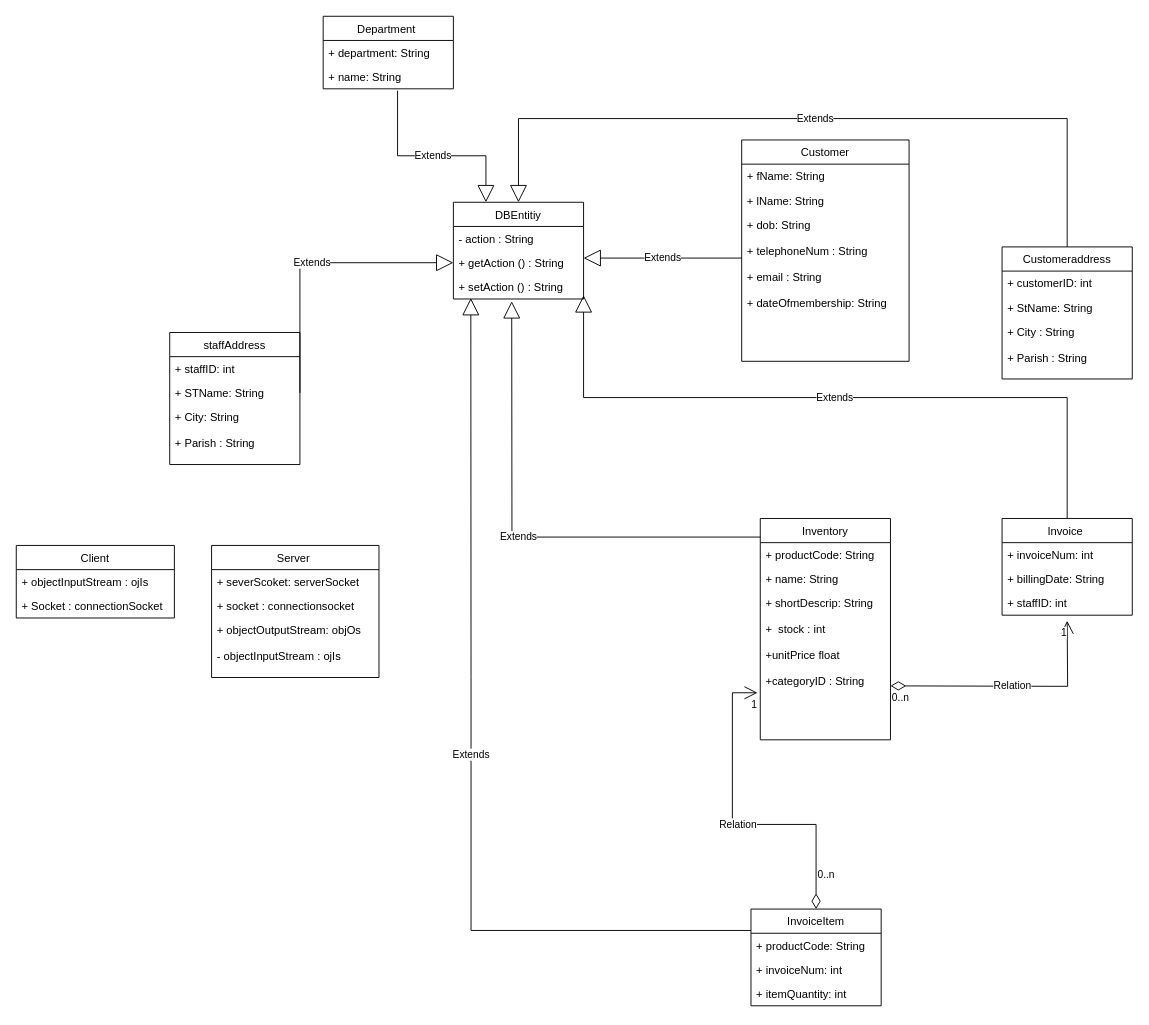
Before: page "UML DIAGRAM" (2 of 2) of Documentation/Database Diagrams/Group Project Diagrams.drawio in SCIT-Group-Project-2021/AP-Group-Project-2022, a draw.io diagram. Source tidied: cells renumbered, new cells numbered last; positions are measured from the earlier drawing's top-left corner, leaving out a move shared by most shapes. Both pictures are drawn from the tidied source at 93%, with x=0, y=0 at pixel (16, 16).
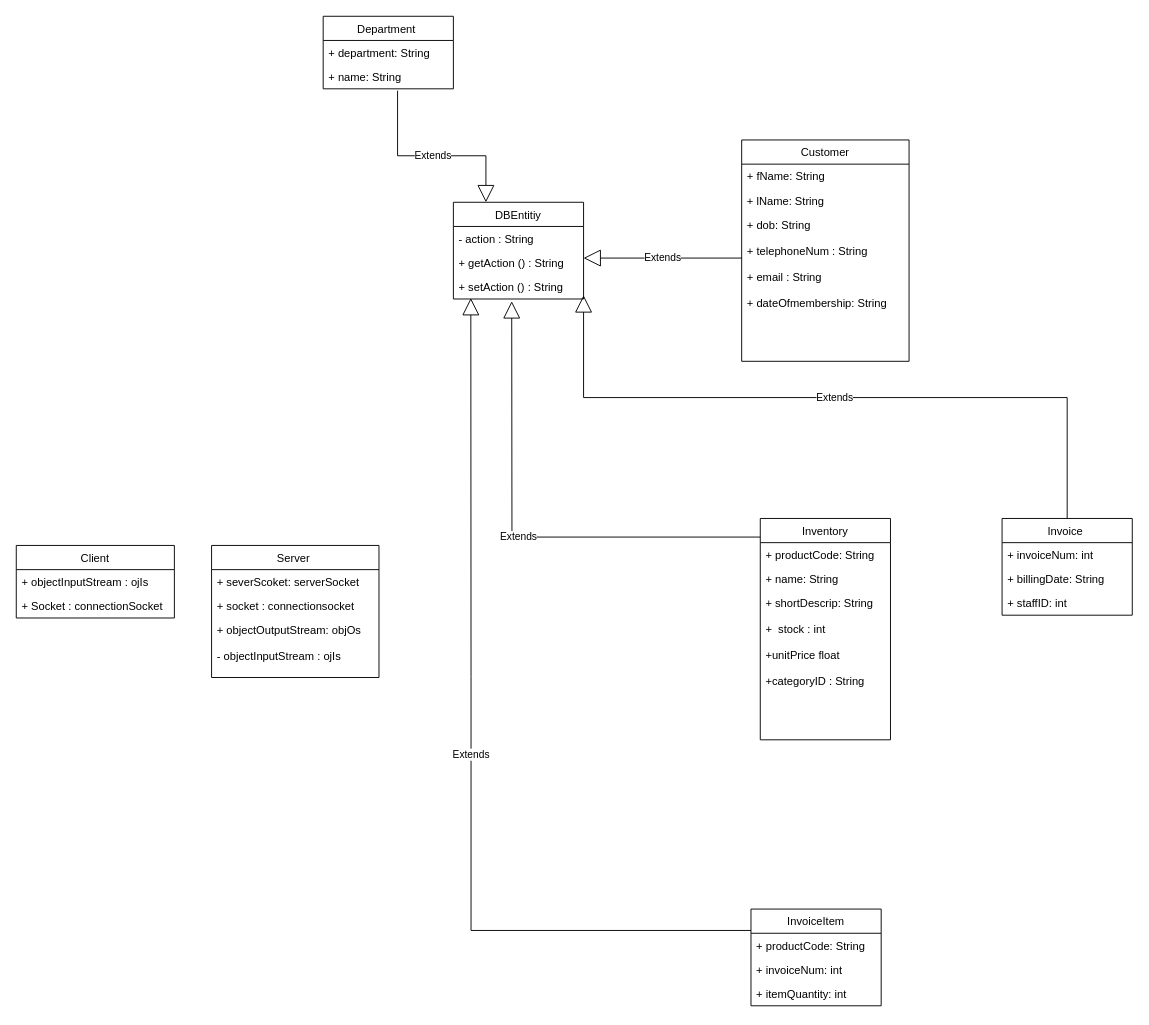
After the change.

Unchanged cells that the change refers to:
```xml
<mxCell id="13" value="InvoiceItem" style="swimlane;fontStyle=0;horizontal=1;startSize=26;fillColor=none;" parent="1" vertex="1">
  <mxGeometry x="790" y="960" width="140" height="104" as="geometry" />
</mxCell>
<mxCell id="20" value="+ shortDescrip: String&#10;&#10;+  stock : int&#10;&#10;+unitPrice float&#10;&#10;+categoryID : String  " style="text;strokeColor=none;fillColor=none;align=left;verticalAlign=top;spacingLeft=4;spacingRight=4;overflow=hidden;points=[[0,0.5],[1,0.5]];portConstraint=eastwest;" parent="17" vertex="1">
  <mxGeometry y="78" width="140" height="160" as="geometry" />
</mxCell>
<mxCell id="29" value="DBEntitiy" style="swimlane;fontStyle=0;horizontal=1;startSize=26;fillColor=none;" parent="1" vertex="1">
  <mxGeometry x="470" y="200" width="140" height="104" as="geometry" />
</mxCell>
<mxCell id="31" value="+ getAction () : String " style="text;strokeColor=none;fillColor=none;align=left;verticalAlign=top;spacingLeft=4;spacingRight=4;overflow=hidden;points=[[0,0.5],[1,0.5]];portConstraint=eastwest;" parent="29" vertex="1">
  <mxGeometry y="52" width="140" height="26" as="geometry" />
</mxCell>
```

What changed in the source:
```diff
@@
-    <mxCell id="6" value="Customeraddress" style="swimlane;fontStyle=0;horizontal=1;startSize=26;fillColor=none;" parent="1" vertex="1">
-      <mxGeometry x="1060" y="248" width="140" height="142" as="geometry" />
-    </mxCell>
-    <mxCell id="7" value="+ customerID: int" style="text;strokeColor=none;fillColor=none;align=left;verticalAlign=top;spacingLeft=4;spacingRight=4;overflow=hidden;" parent="6" vertex="1">
-      <mxGeometry y="26" width="140" height="26" as="geometry" />
-    </mxCell>
-    <mxCell id="8" value="+ StName: String" style="text;strokeColor=none;fillColor=none;align=left;verticalAlign=top;spacingLeft=4;spacingRight=4;overflow=hidden;" parent="6" vertex="1">
-      <mxGeometry y="52" width="140" height="26" as="geometry" />
-    </mxCell>
-    <mxCell id="9" value="+ City : String&#10;&#10;+ Parish : String " style="text;strokeColor=none;fillColor=none;align=left;verticalAlign=top;spacingLeft=4;spacingRight=4;overflow=hidden;" parent="6" vertex="1">
-      <mxGeometry y="78" width="140" height="64" as="geometry" />
-    </mxCell>
@@
-    <mxCell id="25" value="staffAddress" style="swimlane;fontStyle=0;horizontal=1;startSize=26;fillColor=none;" parent="1" vertex="1">
-      <mxGeometry x="165" y="340" width="140" height="142" as="geometry" />
-    </mxCell>
-    <mxCell id="26" value="+ staffID: int" style="text;strokeColor=none;fillColor=none;align=left;verticalAlign=top;spacingLeft=4;spacingRight=4;overflow=hidden;" parent="25" vertex="1">
-      <mxGeometry y="26" width="140" height="26" as="geometry" />
-    </mxCell>
-    <mxCell id="27" value="+ STName: String " style="text;strokeColor=none;fillColor=none;align=left;verticalAlign=top;spacingLeft=4;spacingRight=4;overflow=hidden;points=[[0,0.5],[1,0.5]];portConstraint=eastwest;" parent="25" vertex="1">
-      <mxGeometry y="52" width="140" height="26" as="geometry" />
-    </mxCell>
-    <mxCell id="28" value="+ City: String&#10;&#10;+ Parish : String  " style="text;strokeColor=none;fillColor=none;align=left;verticalAlign=top;spacingLeft=4;spacingRight=4;overflow=hidden;" parent="25" vertex="1">
-      <mxGeometry y="78" width="140" height="64" as="geometry" />
-    </mxCell>
@@
-    <mxCell id="41" value="Extends" style="endArrow=none;endSize=6;endFill=0;html=1;rounded=0;exitX=0.5;exitY=0;exitDx=0;exitDy=0;entryX=0.5;entryY=0;entryDx=0;entryDy=0;startArrow=block;startFill=0;targetPerimeterSpacing=0;sourcePerimeterSpacing=0;startSize=16;" parent="1" edge="1" source="29" target="6">
-      <mxGeometry relative="1" as="geometry">
-        <Array as="points">
-          <mxPoint x="540" y="110" />
-          <mxPoint x="1130" y="110" />
-        </Array>
-      </mxGeometry>
-    </mxCell>
@@
-    <mxCell id="43" value="Relation" style="endArrow=open;html=1;endSize=12;startArrow=diamondThin;startSize=14;startFill=0;edgeStyle=orthogonalEdgeStyle;rounded=0;" parent="1" edge="1">
-      <mxGeometry relative="1" as="geometry">
-        <mxPoint x="940" y="720" as="sourcePoint" />
-        <mxPoint x="1130" y="650" as="targetPoint" />
-      </mxGeometry>
-    </mxCell>
-    <mxCell id="44" value="0..n" style="edgeLabel;html=1;align=left;verticalAlign=top;" parent="43" vertex="1">
-      <mxGeometry x="-1" relative="1" as="geometry" />
-    </mxCell>
-    <mxCell id="45" value="1" style="edgeLabel;html=1;align=right;verticalAlign=top;" parent="43" vertex="1">
-      <mxGeometry x="1" relative="1" as="geometry" />
-    </mxCell>
-    <mxCell id="46" value="Relation" style="endArrow=open;html=1;endSize=12;startArrow=diamondThin;startSize=14;startFill=0;edgeStyle=orthogonalEdgeStyle;rounded=0;exitX=0.5;exitY=0;exitDx=0;exitDy=0;entryX=-0.021;entryY=0.684;entryDx=0;entryDy=0;entryPerimeter=0;" parent="1" edge="1" source="13" target="20">
-      <mxGeometry relative="1" as="geometry">
-        <Array as="points">
-          <mxPoint x="860" y="869" />
-          <mxPoint x="770" y="869" />
-          <mxPoint x="770" y="727" />
-        </Array>
-      </mxGeometry>
-    </mxCell>
-    <mxCell id="47" value="0..n" style="edgeLabel;html=1;align=left;verticalAlign=top;" parent="46" vertex="1">
-      <mxGeometry x="-1" relative="1" as="geometry">
-        <mxPoint y="-50" as="offset" />
-      </mxGeometry>
-    </mxCell>
-    <mxCell id="48" value="1" style="edgeLabel;html=1;align=right;verticalAlign=top;" parent="46" vertex="1">
-      <mxGeometry x="1" relative="1" as="geometry" />
-    </mxCell>
@@
-    <mxCell id="51" value="Extends" style="endArrow=block;endSize=16;endFill=0;html=1;rounded=0;exitX=1;exitY=0.5;exitDx=0;exitDy=0;entryX=0;entryY=0.5;entryDx=0;entryDy=0;" parent="1" edge="1" source="27" target="31">
-      <mxGeometry relative="1" as="geometry">
-        <Array as="points">
-          <mxPoint x="305" y="265" />
-        </Array>
-      </mxGeometry>
-    </mxCell>
```
